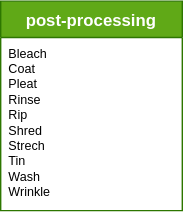
Before: figures/post-processing.svg, a diagram exported from draw.io (morawi/ddoif). Source tidied: cells renumbered, new cells last; positions are measured from the earlier drawing's top-left corner, leaving out a move shared by most shapes.
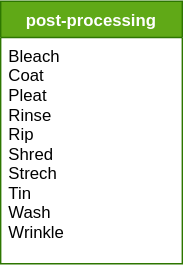
After the commit.

Change to the diagram source:
```diff
@@ -2,11 +2,11 @@
   <root>
     <mxCell id="0" />
     <mxCell id="1" parent="0" />
-    <mxCell id="2" value="post-processing" style="swimlane;fontStyle=1;align=center;verticalAlign=top;horizontal=1;startSize=26;rounded=0;shadow=0;strokeWidth=1;fillColor=#60a917;strokeColor=#2D7600;fontColor=#ffffff;" parent="1" vertex="1">
-      <mxGeometry width="130" height="150" as="geometry" />
+    <mxCell id="2" value="post-processing" style="swimlane;fontStyle=1;align=center;verticalAlign=top;horizontal=1;startSize=26;rounded=0;shadow=0;strokeWidth=1;fillColor=#60a917;strokeColor=#2D7600;fontColor=#ffffff;fontSize=12;" parent="1" vertex="1">
+      <mxGeometry width="130" height="188" as="geometry" />
     </mxCell>
-    <mxCell id="3" value="Bleach&#10;Coat&#10;Pleat&#10;Rinse&#10;Rip&#10;Shred&#10;Strech&#10;Tin&#10;Wash&#10;Wrinkle" style="text;align=left;verticalAlign=top;spacingLeft=4;spacingRight=4;overflow=hidden;fontSize=9;" parent="2" vertex="1">
-      <mxGeometry y="26" width="130" height="124" as="geometry" />
+    <mxCell id="3" value="Bleach&#10;Coat&#10;Pleat&#10;Rinse&#10;Rip&#10;Shred&#10;Strech&#10;Tin&#10;Wash&#10;Wrinkle" style="text;align=left;verticalAlign=top;spacingLeft=4;spacingRight=4;overflow=hidden;fontSize=12;" parent="2" vertex="1">
+      <mxGeometry y="26" width="130" height="154" as="geometry" />
     </mxCell>
   </root>
 </mxGraphModel>
```
